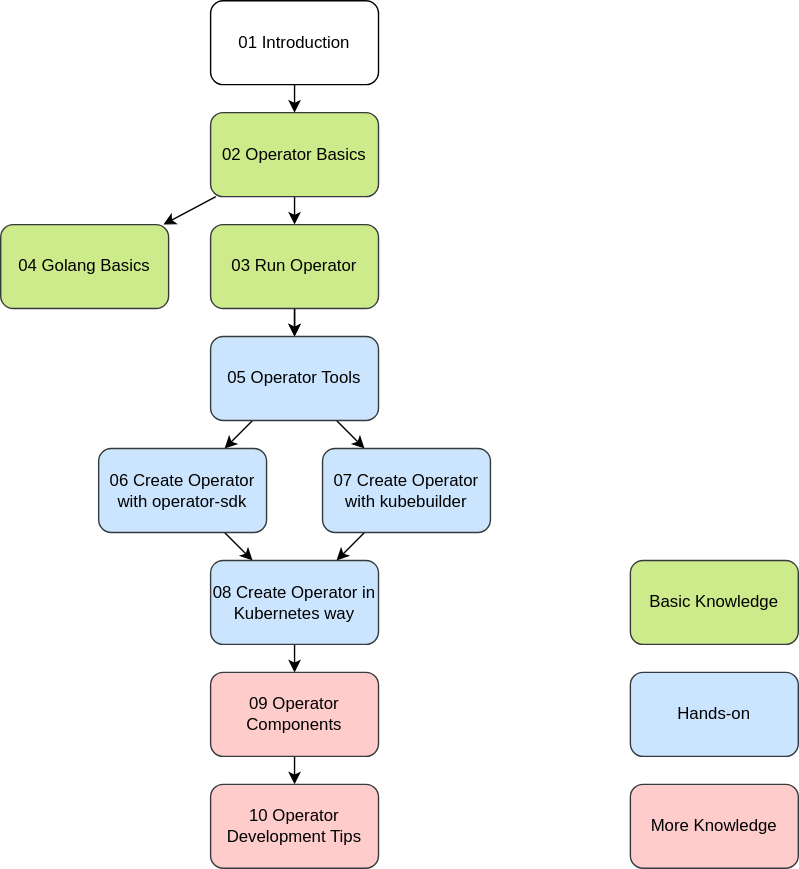
Above: docs/contents.drawio.svg in nakamasato/kubernetes-operator-basics (draw.io), before the change. Source tidied: cells renumbered, new cells last; positions are measured from the earlier drawing's top-left corner, leaving out a move shared by most shapes.
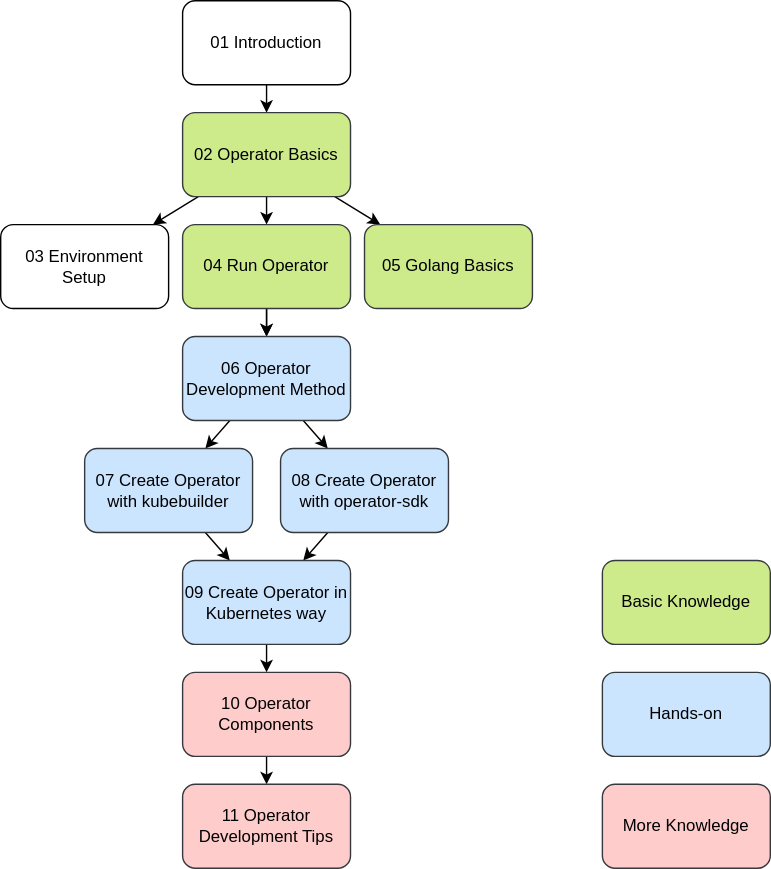
Above is the later version.

The edit, as a diff of the source:
```diff
@@ -14,11 +14,14 @@
     <mxCell id="5" style="edgeStyle=none;html=1;" parent="1" edge="1" source="6" target="10">
       <mxGeometry relative="1" as="geometry" />
     </mxCell>
+    <mxCell id="26" style="edgeStyle=none;html=1;" parent="1" edge="1" source="6" target="27">
+      <mxGeometry relative="1" as="geometry" />
+    </mxCell>
     <mxCell id="6" value="02 Operator Basics" style="rounded=1;whiteSpace=wrap;html=1;fillColor=#cdeb8b;strokeColor=#36393d;" parent="1" vertex="1">
       <mxGeometry x="150" y="80" width="120" height="60" as="geometry" />
     </mxCell>
-    <mxCell id="7" value="04 Golang Basics" style="rounded=1;whiteSpace=wrap;html=1;fillColor=#cdeb8b;strokeColor=#36393d;" parent="1" vertex="1">
-      <mxGeometry y="160" width="120" height="60" as="geometry" />
+    <mxCell id="7" value="05 Golang Basics" style="rounded=1;whiteSpace=wrap;html=1;fillColor=#cdeb8b;strokeColor=#36393d;" parent="1" vertex="1">
+      <mxGeometry x="280" y="160" width="120" height="60" as="geometry" />
     </mxCell>
     <mxCell id="8" style="edgeStyle=none;html=1;" parent="1" edge="1" source="10" target="13">
       <mxGeometry relative="1" as="geometry" />
@@ -26,7 +29,7 @@
     <mxCell id="9" style="edgeStyle=none;html=1;" parent="1" edge="1" source="10" target="13">
       <mxGeometry relative="1" as="geometry" />
     </mxCell>
-    <mxCell id="10" value="03 Run Operator" style="rounded=1;whiteSpace=wrap;html=1;fillColor=#cdeb8b;strokeColor=#36393d;" parent="1" vertex="1">
+    <mxCell id="10" value="04 Run Operator" style="rounded=1;whiteSpace=wrap;html=1;fillColor=#cdeb8b;strokeColor=#36393d;" parent="1" vertex="1">
       <mxGeometry x="150" y="160" width="120" height="60" as="geometry" />
     </mxCell>
     <mxCell id="11" style="edgeStyle=none;html=1;" parent="1" edge="1" source="13" target="15">
@@ -35,34 +38,34 @@
     <mxCell id="12" style="edgeStyle=none;html=1;" parent="1" edge="1" source="13" target="17">
       <mxGeometry relative="1" as="geometry" />
     </mxCell>
-    <mxCell id="13" value="05 Operator Tools" style="rounded=1;whiteSpace=wrap;html=1;fillColor=#cce5ff;strokeColor=#36393d;" parent="1" vertex="1">
+    <mxCell id="13" value="06 Operator Development Method" style="rounded=1;whiteSpace=wrap;html=1;fillColor=#cce5ff;strokeColor=#36393d;" parent="1" vertex="1">
       <mxGeometry x="150" y="240" width="120" height="60" as="geometry" />
     </mxCell>
     <mxCell id="14" style="edgeStyle=none;html=1;" parent="1" edge="1" source="15" target="19">
       <mxGeometry relative="1" as="geometry" />
     </mxCell>
-    <mxCell id="15" value="06 Create Operator with operator-sdk" style="rounded=1;whiteSpace=wrap;html=1;fillColor=#cce5ff;strokeColor=#36393d;" parent="1" vertex="1">
-      <mxGeometry x="70" y="320" width="120" height="60" as="geometry" />
+    <mxCell id="15" value="08 Create Operator with operator-sdk" style="rounded=1;whiteSpace=wrap;html=1;fillColor=#cce5ff;strokeColor=#36393d;" parent="1" vertex="1">
+      <mxGeometry x="220" y="320" width="120" height="60" as="geometry" />
     </mxCell>
     <mxCell id="16" style="edgeStyle=none;html=1;" parent="1" edge="1" source="17" target="19">
       <mxGeometry relative="1" as="geometry" />
     </mxCell>
     <mxCell id="17" value="07 Create Operator with kubebuilder" style="rounded=1;whiteSpace=wrap;html=1;fillColor=#cce5ff;strokeColor=#36393d;" parent="1" vertex="1">
-      <mxGeometry x="230" y="320" width="120" height="60" as="geometry" />
+      <mxGeometry x="80" y="320" width="120" height="60" as="geometry" />
     </mxCell>
     <mxCell id="18" style="edgeStyle=none;html=1;" parent="1" edge="1" source="19" target="21">
       <mxGeometry relative="1" as="geometry" />
     </mxCell>
-    <mxCell id="19" value="08 Create Operator in Kubernetes way" style="rounded=1;whiteSpace=wrap;html=1;fillColor=#cce5ff;strokeColor=#36393d;" parent="1" vertex="1">
+    <mxCell id="19" value="09 Create Operator in Kubernetes way" style="rounded=1;whiteSpace=wrap;html=1;fillColor=#cce5ff;strokeColor=#36393d;" parent="1" vertex="1">
       <mxGeometry x="150" y="400" width="120" height="60" as="geometry" />
     </mxCell>
     <mxCell id="20" style="edgeStyle=none;html=1;" parent="1" edge="1" source="21" target="22">
       <mxGeometry relative="1" as="geometry" />
     </mxCell>
-    <mxCell id="21" value="09 Operator Components" style="rounded=1;whiteSpace=wrap;html=1;fillColor=#ffcccc;strokeColor=#36393d;" parent="1" vertex="1">
+    <mxCell id="21" value="10 Operator Components" style="rounded=1;whiteSpace=wrap;html=1;fillColor=#ffcccc;strokeColor=#36393d;" parent="1" vertex="1">
       <mxGeometry x="150" y="480" width="120" height="60" as="geometry" />
     </mxCell>
-    <mxCell id="22" value="10 Operator Development Tips" style="rounded=1;whiteSpace=wrap;html=1;fillColor=#ffcccc;strokeColor=#36393d;" parent="1" vertex="1">
+    <mxCell id="22" value="11 Operator Development Tips" style="rounded=1;whiteSpace=wrap;html=1;fillColor=#ffcccc;strokeColor=#36393d;" parent="1" vertex="1">
       <mxGeometry x="150" y="560" width="120" height="60" as="geometry" />
     </mxCell>
     <mxCell id="23" value="Basic Knowledge" style="rounded=1;whiteSpace=wrap;html=1;fillColor=#cdeb8b;strokeColor=#36393d;" parent="1" vertex="1">
@@ -74,5 +77,8 @@
     <mxCell id="25" value="More Knowledge" style="rounded=1;whiteSpace=wrap;html=1;fillColor=#ffcccc;strokeColor=#36393d;" parent="1" vertex="1">
       <mxGeometry x="450" y="560" width="120" height="60" as="geometry" />
     </mxCell>
+    <mxCell id="27" value="03 Environment Setup" style="rounded=1;whiteSpace=wrap;html=1;" parent="1" vertex="1">
+      <mxGeometry x="20" y="160" width="120" height="60" as="geometry" />
+    </mxCell>
   </root>
 </mxGraphModel>
```
